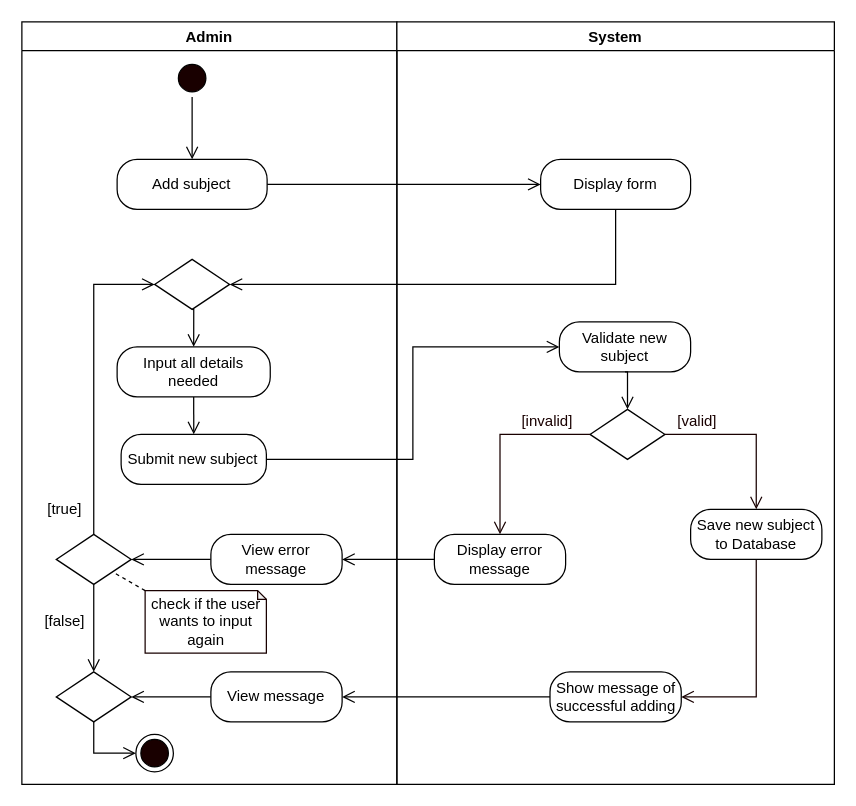
Earlier version of the draw.io diagram page "Add Subject" (1 of 11) of REVISIONS/UML-DIAGRAMS/6-9-2021/ACTIVITY DIAGRAM/ACTIVITY DIAGRAM2.drawio (mrklglsn/CAPSTONE-FILES). Source tidied: cells renumbered, new cells numbered last; positions are measured from the earlier drawing's top-left corner, leaving out a move shared by most shapes. Both pictures are drawn from the tidied source at 125%, with x=0, y=0 at pixel (21, 21).
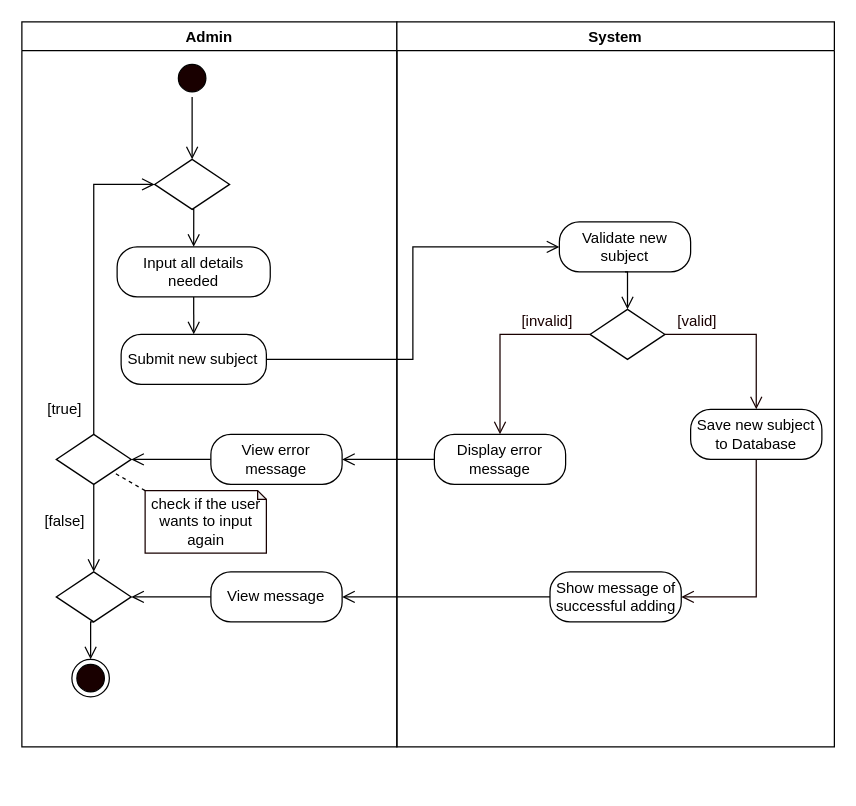
After the change.

What changed in the source:
```diff
@@
     <mxCell id="2" value="Admin" style="swimlane;startSize=23;" parent="1" vertex="1">
-      <mxGeometry width="300" height="610" as="geometry" />
+      <mxGeometry width="300" height="580" as="geometry" />
     </mxCell>
@@
-    <mxCell id="5" value="Add subject" style="rounded=1;whiteSpace=wrap;html=1;arcSize=40;" parent="2" vertex="1">
-      <mxGeometry x="76.2" y="110" width="120" height="40" as="geometry" />
-    </mxCell>
@@
     <mxCell id="7" value="Input all details needed" style="rounded=1;whiteSpace=wrap;html=1;arcSize=40;" parent="2" vertex="1">
-      <mxGeometry x="76.2" y="260" width="122.5" height="40" as="geometry" />
+      <mxGeometry x="76.2" y="180" width="122.5" height="40" as="geometry" />
     </mxCell>
     <mxCell id="8" value="Submit new subject" style="rounded=1;whiteSpace=wrap;html=1;arcSize=40;" parent="2" vertex="1">
-      <mxGeometry x="79.4" y="330" width="116.2" height="40" as="geometry" />
+      <mxGeometry x="79.4" y="250" width="116.2" height="40" as="geometry" />
     </mxCell>
@@
     <mxCell id="10" style="rhombus;whiteSpace=wrap;html=1;" parent="2" vertex="1">
-      <mxGeometry x="106.2" y="190" width="60" height="40" as="geometry" />
+      <mxGeometry x="106.2" y="110" width="60" height="40" as="geometry" />
     </mxCell>
     <mxCell id="11" style="edgeStyle=orthogonalEdgeStyle;rounded=0;jettySize=auto;html=1;exitX=0.5;exitY=0;exitDx=0;exitDy=0;entryX=0;entryY=0.5;entryDx=0;entryDy=0;endArrow=open;endFill=0;endSize=8;" parent="2" edge="1" source="13" target="10">
       <mxGeometry relative="1" as="geometry">
         <Array as="points">
-          <mxPoint x="58" y="210" />
+          <mxPoint x="58" y="130" />
         </Array>
       </mxGeometry>
     </mxCell>
@@
     <mxCell id="13" style="rhombus;whiteSpace=wrap;html=1;" parent="2" vertex="1">
-      <mxGeometry x="27.5" y="410" width="60" height="40" as="geometry" />
+      <mxGeometry x="27.5" y="330" width="60" height="40" as="geometry" />
     </mxCell>
     <mxCell id="14" value="[true]" style="text;html=1;align=center;verticalAlign=middle;strokeColor=none;" parent="2" vertex="1">
-      <mxGeometry x="14.4" y="380" width="40" height="20" as="geometry" />
+      <mxGeometry x="14.4" y="300" width="40" height="20" as="geometry" />
     </mxCell>
@@
     <mxCell id="16" value="check if the user wants to input again" style="shape=note;whiteSpace=wrap;html=1;backgroundOutline=1;darkOpacity=0.05;strokeColor=#190000;size=7;" parent="2" vertex="1">
-      <mxGeometry x="98.6" y="455" width="97" height="50" as="geometry" />
+      <mxGeometry x="98.6" y="375" width="97" height="50" as="geometry" />
     </mxCell>
     <mxCell id="17" value="[false]" style="text;html=1;align=center;verticalAlign=middle;strokeColor=none;" parent="2" vertex="1">
-      <mxGeometry x="9.4" y="470" width="50" height="20" as="geometry" />
+      <mxGeometry x="9.4" y="390" width="50" height="20" as="geometry" />
     </mxCell>
     <mxCell id="18" style="ellipse;html=1;shape=endState;fillColor=#190000;" parent="2" vertex="1">
-      <mxGeometry x="91.2" y="570" width="30" height="30" as="geometry" />
+      <mxGeometry x="40" y="510" width="30" height="30" as="geometry" />
     </mxCell>
     <mxCell id="19" style="edgeStyle=orthogonalEdgeStyle;rounded=0;jettySize=auto;html=1;exitX=0;exitY=0.5;exitDx=0;exitDy=0;entryX=1;entryY=0.5;entryDx=0;entryDy=0;endArrow=open;endFill=0;endSize=8;" parent="2" edge="1" source="20" target="13">
       <mxGeometry relative="1" as="geometry">
         <Array as="points">
-          <mxPoint x="130" y="430" />
-          <mxPoint x="130" y="430" />
+          <mxPoint x="130" y="350" />
+          <mxPoint x="130" y="350" />
         </Array>
       </mxGeometry>
     </mxCell>
     <mxCell id="20" value="View error message" style="rounded=1;whiteSpace=wrap;html=1;arcSize=40;" parent="2" vertex="1">
-      <mxGeometry x="151.2" y="410" width="105" height="40" as="geometry" />
+      <mxGeometry x="151.2" y="330" width="105" height="40" as="geometry" />
     </mxCell>
-    <mxCell id="21" style="edgeStyle=orthogonalEdgeStyle;rounded=0;jettySize=auto;html=1;exitX=0.5;exitY=1;exitDx=0;exitDy=0;entryX=0;entryY=0.5;entryDx=0;entryDy=0;endArrow=open;endFill=0;endSize=8;" parent="2" edge="1" source="22" target="18">
+    <mxCell id="21" style="edgeStyle=orthogonalEdgeStyle;rounded=0;jettySize=auto;html=1;exitX=0.5;exitY=1;exitDx=0;exitDy=0;entryX=0.5;entryY=0;entryDx=0;entryDy=0;endArrow=open;endFill=0;endSize=8;" parent="2" edge="1" source="22" target="18">
       <mxGeometry relative="1" as="geometry" />
     </mxCell>
     <mxCell id="22" style="rhombus;whiteSpace=wrap;html=1;" parent="2" vertex="1">
-      <mxGeometry x="27.5" y="520" width="60" height="40" as="geometry" />
+      <mxGeometry x="27.5" y="440" width="60" height="40" as="geometry" />
     </mxCell>
@@
     <mxCell id="24" value="View message" style="rounded=1;whiteSpace=wrap;html=1;arcSize=40;" parent="2" vertex="1">
-      <mxGeometry x="151.2" y="520" width="105" height="40" as="geometry" />
+      <mxGeometry x="151.2" y="440" width="105" height="40" as="geometry" />
     </mxCell>
     <mxCell id="25" value="System" style="swimlane;" parent="1" vertex="1">
-      <mxGeometry x="300" width="350" height="610" as="geometry" />
+      <mxGeometry x="300" width="350" height="580" as="geometry" />
     </mxCell>
     <mxCell id="26" value="Validate new subject" style="rounded=1;whiteSpace=wrap;html=1;arcSize=40;" parent="25" vertex="1">
-      <mxGeometry x="130" y="240" width="105" height="40" as="geometry" />
+      <mxGeometry x="130" y="160" width="105" height="40" as="geometry" />
     </mxCell>
     <mxCell id="27" style="rhombus;whiteSpace=wrap;html=1;" parent="25" vertex="1">
-      <mxGeometry x="154.5" y="310" width="60" height="40" as="geometry" />
+      <mxGeometry x="154.5" y="230" width="60" height="40" as="geometry" />
     </mxCell>
@@
     <mxCell id="29" value="&lt;font color=&quot;#190000&quot;&gt;[valid]&lt;/font&gt;" style="text;html=1;align=center;verticalAlign=middle;strokeColor=none;fontColor=#FFFFFF;" parent="25" vertex="1">
-      <mxGeometry x="214.5" y="310" width="50" height="20" as="geometry" />
+      <mxGeometry x="214.5" y="230" width="50" height="20" as="geometry" />
     </mxCell>
     <mxCell id="30" value="&lt;font color=&quot;#190000&quot;&gt;[invalid]&lt;/font&gt;" style="text;html=1;align=center;verticalAlign=middle;strokeColor=none;fontColor=#FFFFFF;" parent="25" vertex="1">
-      <mxGeometry x="90" y="310" width="60" height="20" as="geometry" />
+      <mxGeometry x="90" y="230" width="60" height="20" as="geometry" />
     </mxCell>
     <mxCell id="31" value="Display error message" style="rounded=1;whiteSpace=wrap;html=1;arcSize=40;" parent="25" vertex="1">
-      <mxGeometry x="30" y="410" width="105" height="40" as="geometry" />
+      <mxGeometry x="30" y="330" width="105" height="40" as="geometry" />
     </mxCell>
@@
     <mxCell id="33" value="Save new subject to Database" style="rounded=1;whiteSpace=wrap;html=1;arcSize=40;" parent="25" vertex="1">
-      <mxGeometry x="235" y="390" width="105" height="40" as="geometry" />
+      <mxGeometry x="235" y="310" width="105" height="40" as="geometry" />
     </mxCell>
@@
     <mxCell id="36" value="Show message of successful adding" style="rounded=1;whiteSpace=wrap;html=1;arcSize=40;" parent="25" vertex="1">
-      <mxGeometry x="122.5" y="520" width="105" height="40" as="geometry" />
+      <mxGeometry x="122.5" y="440" width="105" height="40" as="geometry" />
     </mxCell>
-    <mxCell id="37" value="Display form" style="rounded=1;whiteSpace=wrap;html=1;arcSize=40;" parent="25" vertex="1">
-      <mxGeometry x="115" y="110" width="120" height="40" as="geometry" />
-    </mxCell>
-    <mxCell id="38" style="edgeStyle=orthogonalEdgeStyle;rounded=0;jettySize=auto;html=1;exitX=1;exitY=0.5;exitDx=0;exitDy=0;endArrow=open;endFill=0;endSize=8;entryX=0;entryY=0.5;entryDx=0;entryDy=0;" parent="1" edge="1" source="5" target="37">
-      <mxGeometry relative="1" as="geometry" />
-    </mxCell>
-    <mxCell id="39" style="edgeStyle=orthogonalEdgeStyle;rounded=0;jettySize=auto;html=1;exitX=0.5;exitY=1;exitDx=0;exitDy=0;endArrow=open;endFill=0;endSize=8;entryX=1;entryY=0.5;entryDx=0;entryDy=0;" parent="1" edge="1" source="37" target="10">
-      <mxGeometry relative="1" as="geometry" />
-    </mxCell>
```
